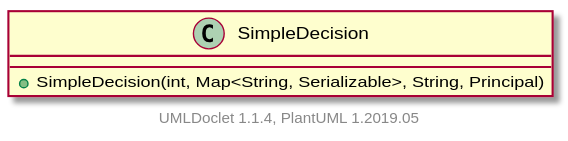
The PlantUML diagram apidocs/2.11.0.M8-SNAPSHOT/org/apache/wiki/workflow/SimpleDecision.svg in apache/jspwiki-site, before a commit. The source it was exported from:
```plantuml
@startuml

    class SimpleDecision [[SimpleDecision.html]] {
        +SimpleDecision(int, Map<String, Serializable>, String, Principal)
    }


    center footer UMLDoclet 1.1.4, PlantUML 1.2019.05
@enduml
```
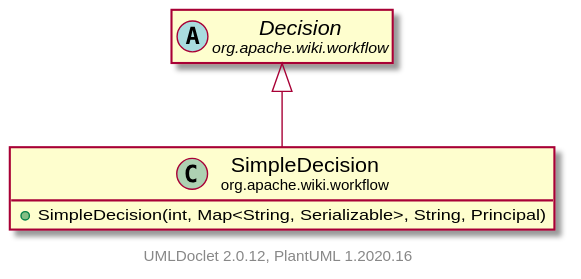
The same diagram one commit later.

What changed in the source:
```diff
@@ -1,9 +1,15 @@
 @startuml
+    set namespaceSeparator none
+    hide empty fields
+    hide empty methods
 
-    class SimpleDecision [[SimpleDecision.html]] {
+    class "<size:14>SimpleDecision\n<size:10>org.apache.wiki.workflow" as org.apache.wiki.workflow.SimpleDecision [[SimpleDecision.html]] {
         +SimpleDecision(int, Map<String, Serializable>, String, Principal)
     }
 
+    abstract class "<size:14>Decision\n<size:10>org.apache.wiki.workflow" as org.apache.wiki.workflow.Decision [[Decision.html]]
 
-    center footer UMLDoclet 1.1.4, PlantUML 1.2019.05
+    org.apache.wiki.workflow.Decision <|-- org.apache.wiki.workflow.SimpleDecision
+
+    center footer UMLDoclet 2.0.12, PlantUML 1.2020.16
 @enduml
```
